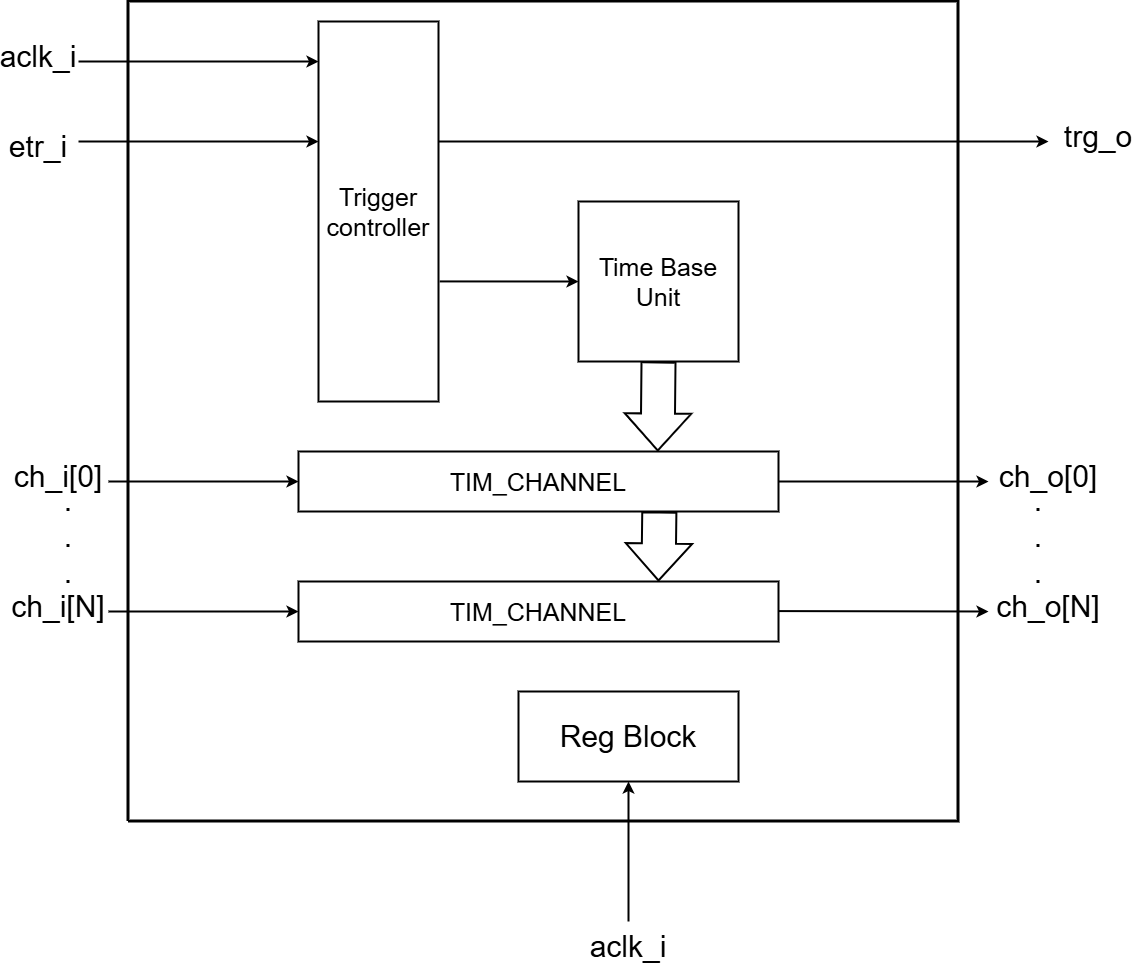
Earlier version of the draw.io export doc/img/top_scheme.png (s-zasorin/General-Purpose-Timers). Source tidied: cells renumbered, new cells last; positions are measured from the earlier drawing's top-left corner, leaving out a move shared by most shapes.
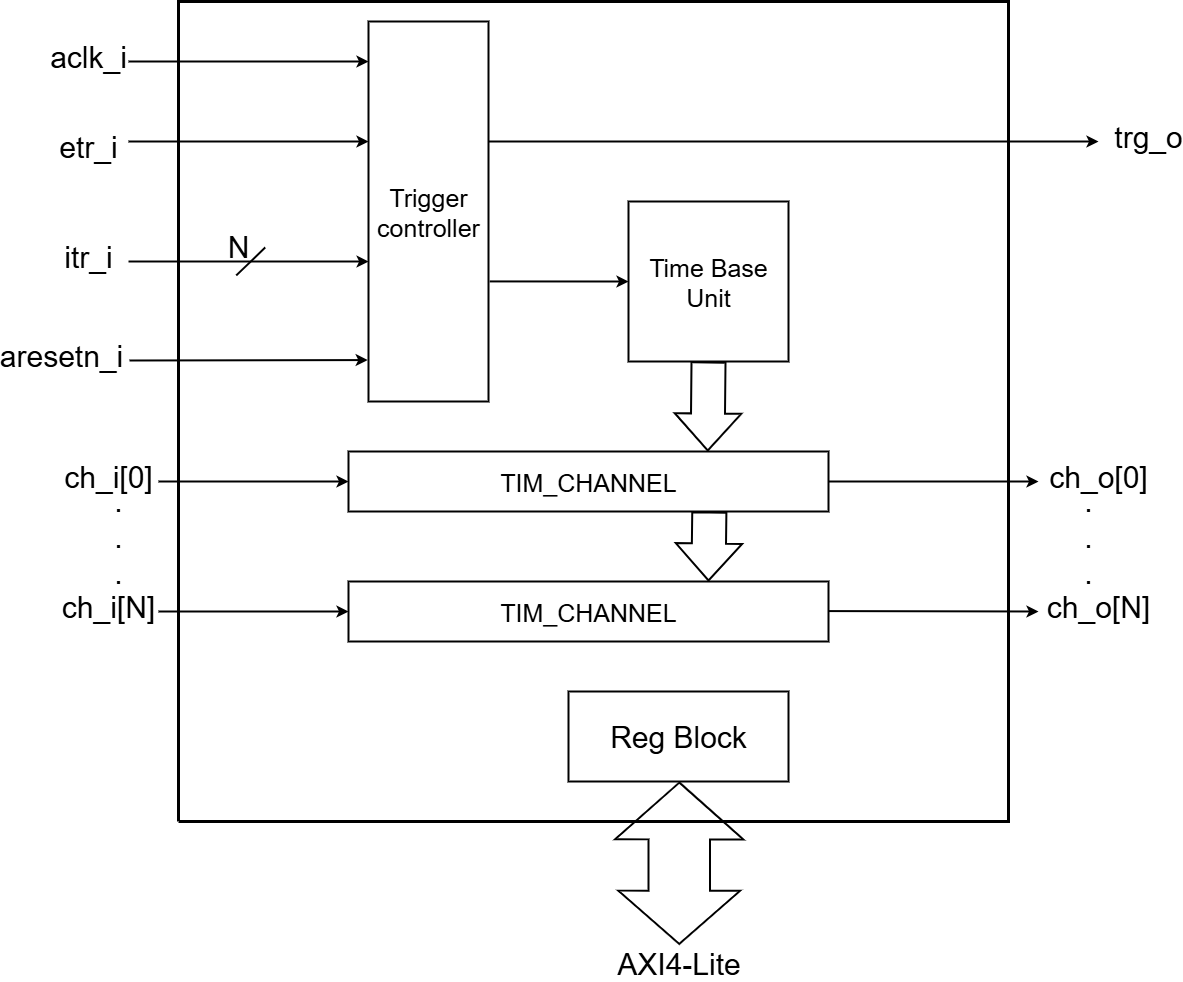
The same diagram one commit later.

What changed in the source:
```diff
@@ -68,8 +68,8 @@
     </mxCell>
     <mxCell id="17" style="endArrow=classic;html=1;rounded=0;strokeWidth=2;" parent="1" edge="1">
       <mxGeometry relative="1" as="geometry">
-        <mxPoint x="620" y="920" as="sourcePoint" />
-        <mxPoint x="620" y="780" as="targetPoint" />
+        <mxPoint x="71" y="359" as="sourcePoint" />
+        <mxPoint x="309.2" y="358.6" as="targetPoint" />
       </mxGeometry>
     </mxCell>
     <mxCell id="18" value="&lt;font style=&quot;font-size: 25px;&quot;&gt;Trigger controller&lt;/font&gt;" style="rounded=0;whiteSpace=wrap;html=1;strokeWidth=2;" parent="1" vertex="1">
@@ -93,8 +93,8 @@
     <mxCell id="22" value="&lt;font style=&quot;font-size: 30px;&quot;&gt;trg_o&lt;/font&gt;" style="text;html=1;align=center;verticalAlign=middle;whiteSpace=wrap;rounded=0;" parent="1" vertex="1">
       <mxGeometry x="1060" y="120" width="60" height="30" as="geometry" />
     </mxCell>
-    <mxCell id="23" value="&lt;font style=&quot;font-size: 30px;&quot;&gt;aclk_i&lt;/font&gt;" style="text;html=1;whiteSpace=wrap;strokeColor=none;fillColor=none;align=center;verticalAlign=middle;rounded=0;" parent="1" vertex="1">
-      <mxGeometry x="590" y="930" width="60" height="30" as="geometry" />
+    <mxCell id="23" value="&lt;font style=&quot;font-size: 30px;&quot;&gt;aresetn_i&lt;/font&gt;" style="text;html=1;whiteSpace=wrap;strokeColor=none;fillColor=none;align=center;verticalAlign=middle;rounded=0;" parent="1" vertex="1">
+      <mxGeometry x="-27" y="338.9" width="60" height="30" as="geometry" />
     </mxCell>
     <mxCell id="24" style="shape=flexArrow;endArrow=classic;html=1;rounded=0;entryX=0.375;entryY=0;entryDx=0;entryDy=0;entryPerimeter=0;width=33.142857142857146;endSize=11.657142857142857;exitX=0.5;exitY=1;exitDx=0;exitDy=0;endWidth=30.20408163265306;strokeWidth=2;" parent="1" edge="1" source="5">
       <mxGeometry relative="1" as="geometry">
@@ -119,5 +119,32 @@
         <mxPoint x="650" y="580" as="targetPoint" />
       </mxGeometry>
     </mxCell>
+    <mxCell id="29" style="endArrow=classic;html=1;rounded=0;strokeWidth=1.9685;" parent="1" edge="1">
+      <mxGeometry relative="1" as="geometry">
+        <mxPoint x="70" y="260" as="sourcePoint" />
+        <mxPoint x="310" y="260" as="targetPoint" />
+      </mxGeometry>
+    </mxCell>
+    <mxCell id="30" value="&lt;span style=&quot;font-size: 30px;&quot;&gt;itr_i&lt;/span&gt;" style="text;html=1;whiteSpace=wrap;strokeColor=none;fillColor=none;align=center;verticalAlign=middle;rounded=0;" parent="1" vertex="1">
+      <mxGeometry y="240" width="60" height="30" as="geometry" />
+    </mxCell>
+    <mxCell id="31" style="endArrow=none;html=1;rounded=0;strokeWidth=1.9685;" parent="1" edge="1">
+      <mxGeometry relative="1" as="geometry">
+        <mxPoint x="177.7" y="274" as="sourcePoint" />
+        <mxPoint x="206.7" y="246" as="targetPoint" />
+      </mxGeometry>
+    </mxCell>
+    <mxCell id="32" value="&lt;font style=&quot;font-size: 30px;&quot;&gt;N&lt;/font&gt;" style="text;html=1;align=center;verticalAlign=middle;whiteSpace=wrap;rounded=0;" parent="1" vertex="1">
+      <mxGeometry x="160" y="240" width="40" height="10" as="geometry" />
+    </mxCell>
+    <mxCell id="33" style="shape=flexArrow;endArrow=classic;startArrow=classic;html=1;rounded=0;startWidth=58.36734693877551;startSize=17.094444444444445;width=60.55555555555556;endSize=18.32222222222222;endWidth=64.93813492063492;strokeWidth=1.9685;" parent="1" edge="1">
+      <mxGeometry relative="1" as="geometry">
+        <mxPoint x="620.6" y="943.5" as="sourcePoint" />
+        <mxPoint x="620.9" y="780" as="targetPoint" />
+      </mxGeometry>
+    </mxCell>
+    <mxCell id="34" value="&lt;font style=&quot;font-size: 30px;&quot;&gt;AXI4-Lite&lt;/font&gt;" style="text;html=1;align=center;verticalAlign=middle;whiteSpace=wrap;rounded=0;" parent="1" vertex="1">
+      <mxGeometry x="545.6" y="947.2" width="148.7" height="30" as="geometry" />
+    </mxCell>
   </root>
 </mxGraphModel>
```
